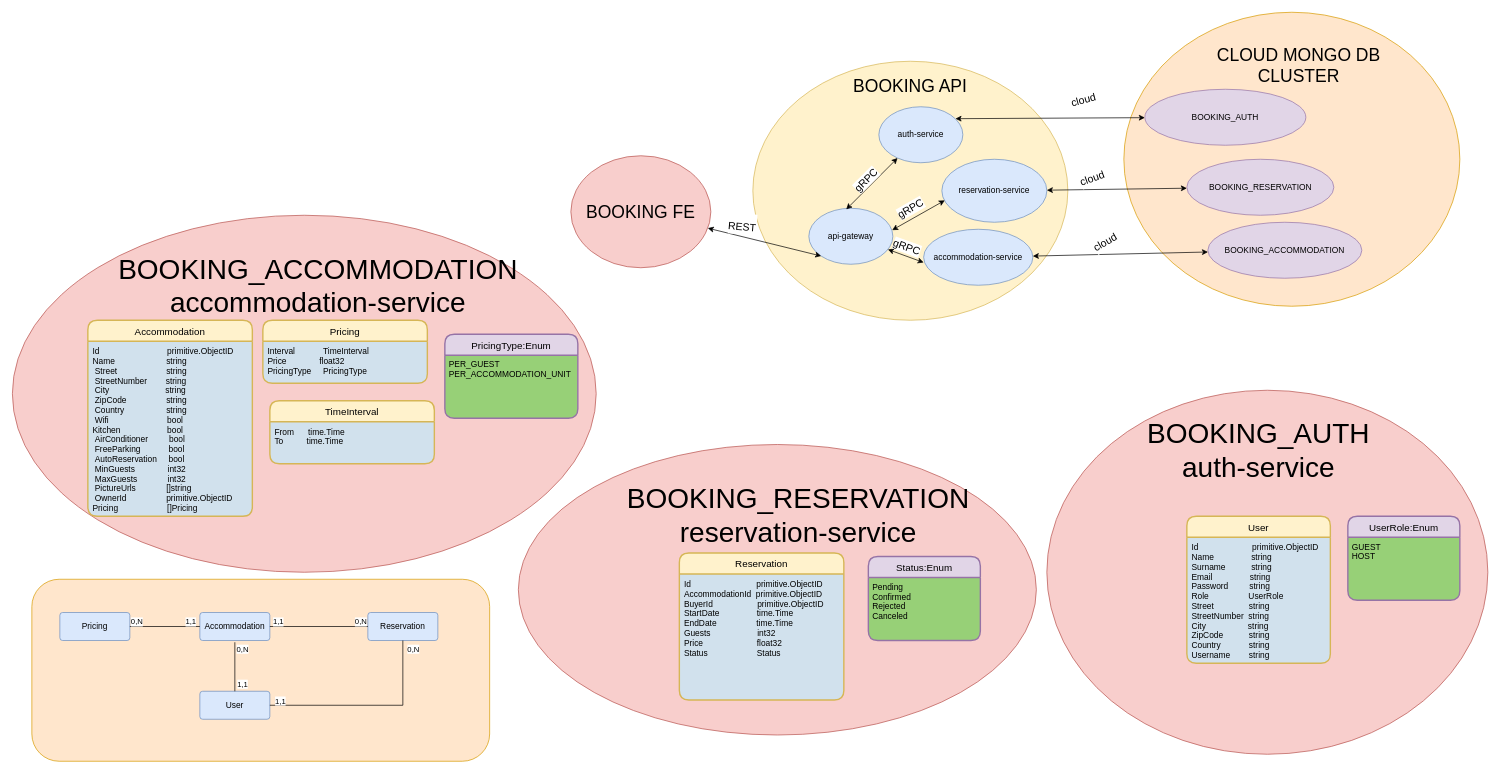
Above: Diagrams/booking.drawio in XWS-booking/Booking-API (draw.io), before the change. Source tidied: cells renumbered, new cells numbered last; positions are measured from the earlier drawing's top-left corner, leaving out a move shared by most shapes. Both pictures are drawn from the tidied source at 70%, with x=0, y=0 at pixel (12, 12).
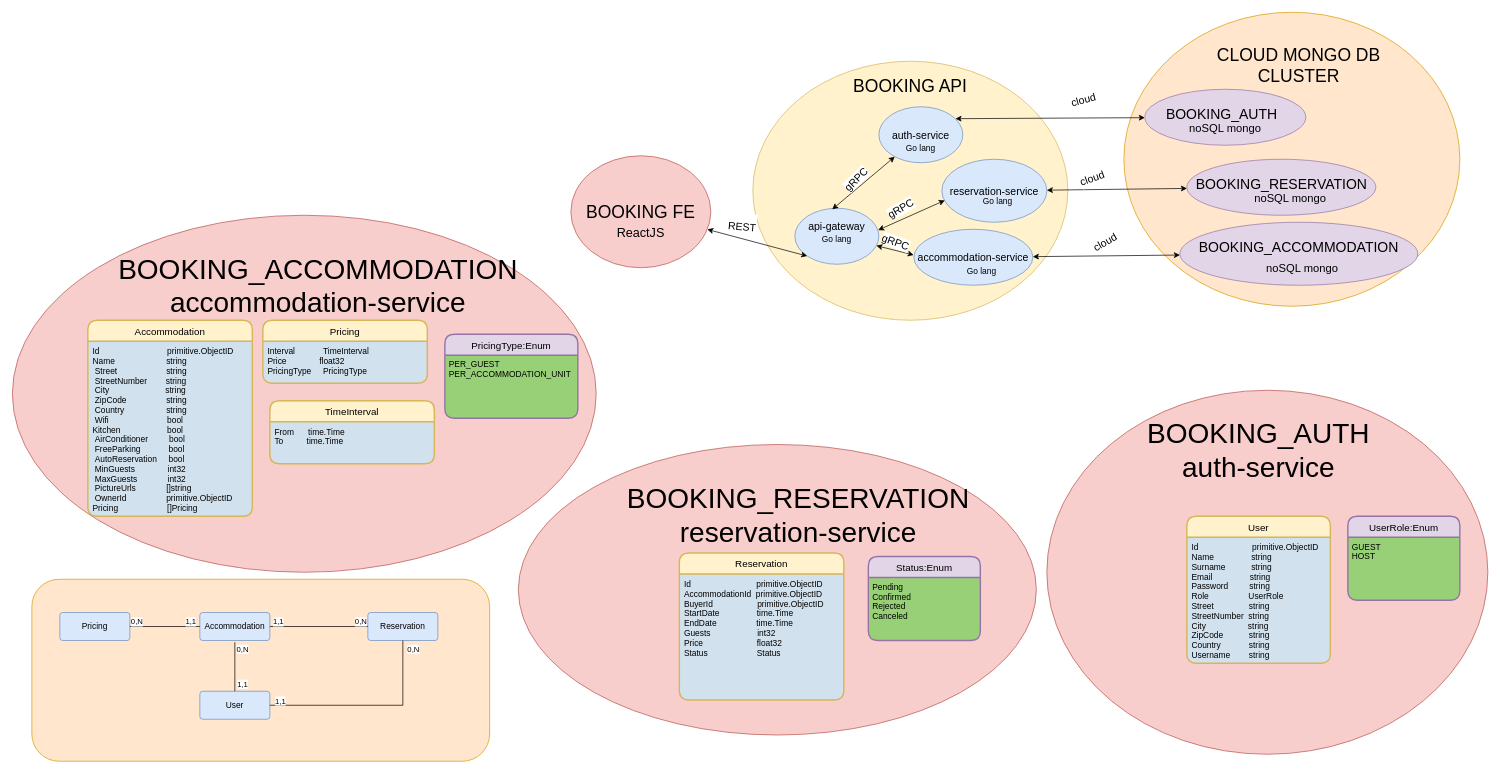
The same diagram, later.

The edit, as a diff of the source:
```diff
@@
     <mxCell id="5" style="ellipse;whiteSpace=wrap;html=1;fillColor=#dae8fc;strokeColor=#6c8ebf;" parent="1" vertex="1">
-      <mxGeometry x="1302" y="310" width="156" height="80" as="geometry" />
+      <mxGeometry x="1288" y="310" width="170" height="80" as="geometry" />
     </mxCell>
@@
     <mxCell id="7" style="ellipse;whiteSpace=wrap;html=1;fillColor=#dae8fc;strokeColor=#6c8ebf;" parent="1" vertex="1">
-      <mxGeometry x="1138" y="280" width="120" height="80" as="geometry" />
+      <mxGeometry x="1118" y="280" width="120" height="80" as="geometry" />
     </mxCell>
@@
     <mxCell id="10" style="ellipse;whiteSpace=wrap;html=1;fillColor=#e1d5e7;strokeColor=#9673a6;" parent="1" vertex="1">
-      <mxGeometry x="1678" y="210" width="210" height="80" as="geometry" />
+      <mxGeometry x="1678" y="210" width="270" height="80" as="geometry" />
     </mxCell>
     <mxCell id="11" style="ellipse;whiteSpace=wrap;html=1;fillColor=#e1d5e7;strokeColor=#9673a6;" parent="1" vertex="1">
-      <mxGeometry x="1708" y="300" width="220" height="80" as="geometry" />
+      <mxGeometry x="1668" y="300" width="340" height="90" as="geometry" />
     </mxCell>
@@
-    <mxCell id="13" value="api-gateway" style="text;html=1;strokeColor=none;fillColor=none;align=center;verticalAlign=middle;whiteSpace=wrap;rounded=0;" parent="1" vertex="1">
-      <mxGeometry x="1148" y="305" width="100" height="30" as="geometry" />
+    <mxCell id="13" value="api-gateway" style="text;html=1;strokeColor=none;fillColor=none;align=center;verticalAlign=middle;whiteSpace=wrap;rounded=0;fontSize=15;" parent="1" vertex="1">
+      <mxGeometry x="1128" y="290" width="100" height="30" as="geometry" />
     </mxCell>
-    <mxCell id="14" value="auth-service" style="text;html=1;strokeColor=none;fillColor=none;align=center;verticalAlign=middle;whiteSpace=wrap;rounded=0;" parent="1" vertex="1">
+    <mxCell id="14" value="auth-service" style="text;html=1;strokeColor=none;fillColor=none;align=center;verticalAlign=middle;whiteSpace=wrap;rounded=0;fontSize=15;" parent="1" vertex="1">
       <mxGeometry x="1255" y="160" width="86" height="30" as="geometry" />
     </mxCell>
-    <mxCell id="15" value="reservation-service" style="text;html=1;strokeColor=none;fillColor=none;align=center;verticalAlign=middle;whiteSpace=wrap;rounded=0;rotation=0;" parent="1" vertex="1">
-      <mxGeometry x="1343" y="240" width="120" height="30" as="geometry" />
+    <mxCell id="15" value="reservation-service" style="text;html=1;strokeColor=none;fillColor=none;align=center;verticalAlign=middle;whiteSpace=wrap;rounded=0;rotation=0;fontSize=15;" parent="1" vertex="1">
+      <mxGeometry x="1328" y="240" width="150" height="30" as="geometry" />
     </mxCell>
-    <mxCell id="16" value="accommodation-service" style="text;html=1;strokeColor=none;fillColor=none;align=center;verticalAlign=middle;whiteSpace=wrap;rounded=0;" parent="1" vertex="1">
-      <mxGeometry x="1302" y="335" width="156" height="30" as="geometry" />
+    <mxCell id="16" value="accommodation-service" style="text;html=1;strokeColor=none;fillColor=none;align=center;verticalAlign=middle;whiteSpace=wrap;rounded=0;fontSize=15;" parent="1" vertex="1">
+      <mxGeometry x="1288" y="335" width="170" height="30" as="geometry" />
     </mxCell>
@@
-    <mxCell id="19" value="BOOKING_AUTH" style="text;html=1;strokeColor=none;fillColor=none;align=center;verticalAlign=middle;whiteSpace=wrap;rounded=0;rotation=0;" parent="1" vertex="1">
-      <mxGeometry x="1673" y="135" width="120" height="30" as="geometry" />
+    <mxCell id="19" value="&lt;font style=&quot;font-size: 20px;&quot;&gt;BOOKING_AUTH&lt;/font&gt;" style="text;html=1;strokeColor=none;fillColor=none;align=center;verticalAlign=middle;whiteSpace=wrap;rounded=0;rotation=0;" parent="1" vertex="1">
+      <mxGeometry x="1668" y="130" width="120" height="30" as="geometry" />
     </mxCell>
-    <mxCell id="20" value="BOOKING_RESERVATION" style="text;html=1;strokeColor=none;fillColor=none;align=center;verticalAlign=middle;whiteSpace=wrap;rounded=0;rotation=0;" parent="1" vertex="1">
-      <mxGeometry x="1705.5" y="235" width="155" height="30" as="geometry" />
+    <mxCell id="20" value="BOOKING_RESERVATION" style="text;html=1;strokeColor=none;fillColor=none;align=center;verticalAlign=middle;whiteSpace=wrap;rounded=0;rotation=0;fontSize=20;" parent="1" vertex="1">
+      <mxGeometry x="1735.5" y="230" width="155" height="30" as="geometry" />
     </mxCell>
-    <mxCell id="21" value="BOOKING_ACCOMMODATION" style="text;html=1;strokeColor=none;fillColor=none;align=center;verticalAlign=middle;whiteSpace=wrap;rounded=0;rotation=0;" parent="1" vertex="1">
-      <mxGeometry x="1733" y="325" width="170" height="30" as="geometry" />
+    <mxCell id="21" value="BOOKING_ACCOMMODATION" style="text;html=1;strokeColor=none;fillColor=none;align=center;verticalAlign=middle;whiteSpace=wrap;rounded=0;rotation=0;fontSize=20;" parent="1" vertex="1">
+      <mxGeometry x="1753" y="320" width="170" height="30" as="geometry" />
     </mxCell>
@@
-    <mxCell id="23" style="endArrow=classic;startArrow=classic;html=1;rounded=0;fontSize=25;entryX=0;entryY=0.75;entryDx=0;entryDy=0;" parent="1" edge="1" source="7" target="16">
+    <mxCell id="23" style="endArrow=classic;startArrow=classic;html=1;rounded=0;fontSize=25;entryX=-0.001;entryY=0.459;entryDx=0;entryDy=0;entryPerimeter=0;" parent="1" edge="1" source="7" target="5">
       <mxGeometry relative="1" as="geometry" />
     </mxCell>
@@
+    <mxCell id="75" value="&lt;span style=&quot;font-size: 18px;&quot;&gt;ReactJS&lt;/span&gt;" style="text;html=1;strokeColor=none;fillColor=none;align=center;verticalAlign=middle;whiteSpace=wrap;rounded=0;" parent="1" vertex="1">
+      <mxGeometry x="848" y="300" width="100" height="30" as="geometry" />
+    </mxCell>
+    <mxCell id="76" value="Go lang" style="text;html=1;strokeColor=none;fillColor=none;align=center;verticalAlign=middle;whiteSpace=wrap;rounded=0;" parent="1" vertex="1">
+      <mxGeometry x="1128" y="310" width="100" height="30" as="geometry" />
+    </mxCell>
+    <mxCell id="77" value="Go lang" style="text;html=1;strokeColor=none;fillColor=none;align=center;verticalAlign=middle;whiteSpace=wrap;rounded=0;" parent="1" vertex="1">
+      <mxGeometry x="1335" y="355" width="100" height="30" as="geometry" />
+    </mxCell>
+    <mxCell id="78" value="Go lang" style="text;html=1;strokeColor=none;fillColor=none;align=center;verticalAlign=middle;whiteSpace=wrap;rounded=0;" parent="1" vertex="1">
+      <mxGeometry x="1358" y="260" width="100" height="20" as="geometry" />
+    </mxCell>
+    <mxCell id="79" value="&lt;font style=&quot;font-size: 12px;&quot;&gt;Go lang&lt;/font&gt;" style="text;html=1;strokeColor=none;fillColor=none;align=center;verticalAlign=middle;whiteSpace=wrap;rounded=0;" parent="1" vertex="1">
+      <mxGeometry x="1248" y="180" width="100" height="30" as="geometry" />
+    </mxCell>
+    <mxCell id="80" value="noSQL mongo" style="text;html=1;strokeColor=none;fillColor=none;align=center;verticalAlign=middle;whiteSpace=wrap;rounded=0;fontSize=16;" parent="1" vertex="1">
+      <mxGeometry x="1668" y="150" width="130" height="30" as="geometry" />
+    </mxCell>
+    <mxCell id="81" value="noSQL mongo" style="text;html=1;strokeColor=none;fillColor=none;align=center;verticalAlign=middle;whiteSpace=wrap;rounded=0;fontSize=16;" parent="1" vertex="1">
+      <mxGeometry x="1760.5" y="250" width="130" height="30" as="geometry" />
+    </mxCell>
+    <mxCell id="82" value="noSQL mongo" style="text;html=1;strokeColor=none;fillColor=none;align=center;verticalAlign=middle;whiteSpace=wrap;rounded=0;fontSize=16;" parent="1" vertex="1">
+      <mxGeometry x="1778" y="350" width="130" height="30" as="geometry" />
+    </mxCell>
```
